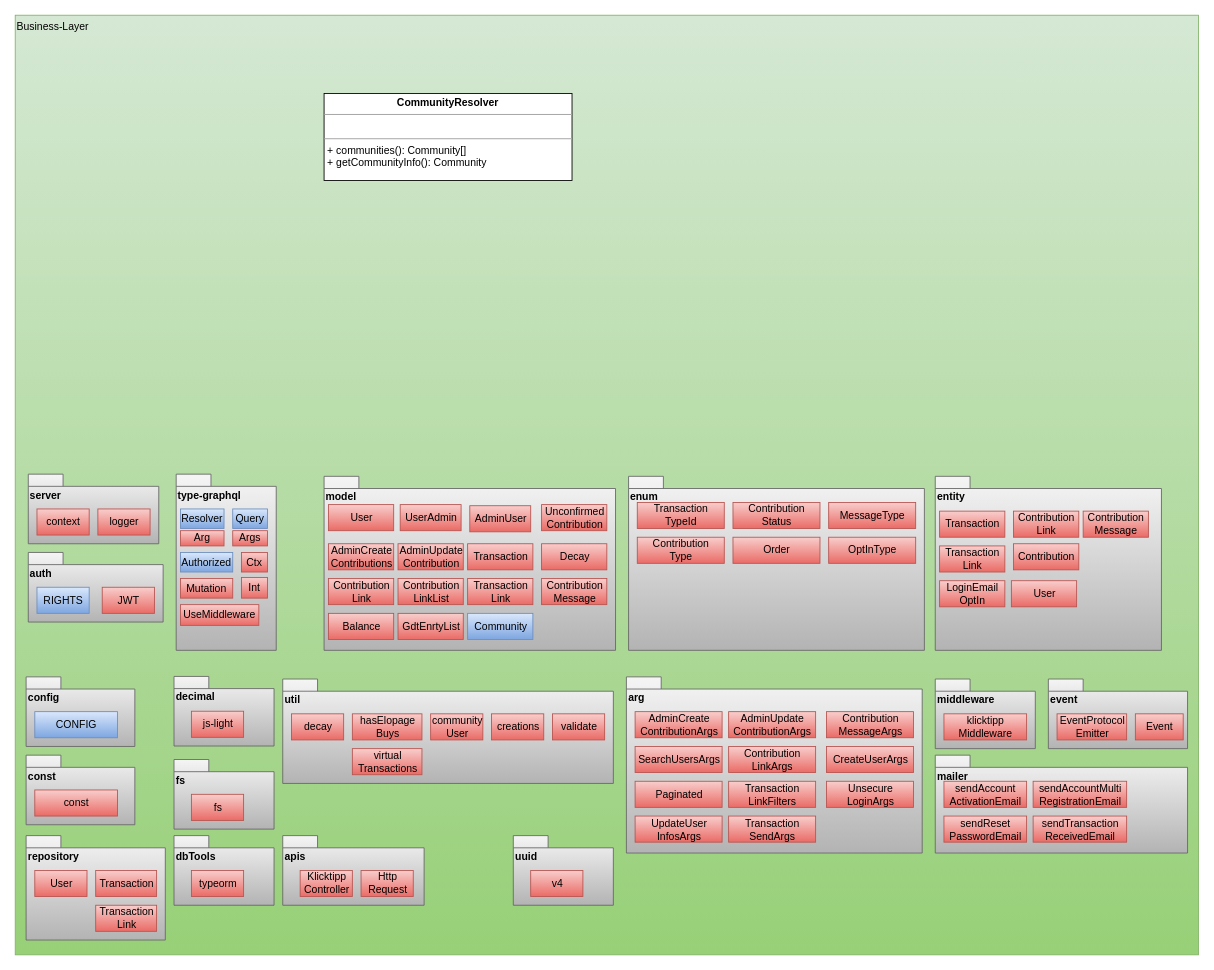
The draw.io diagram docu/Concepts/TechnicalRequirements/graphics/BE-CommunityResolver-IST.drawio in gradido/gradido, before the edit. Source tidied: cells renumbered, new cells numbered last; positions are measured from the earlier drawing's top-left corner, leaving out a move shared by most shapes. Both pictures are drawn from the tidied source at 87%, with x=0, y=0 at pixel (15, 15).
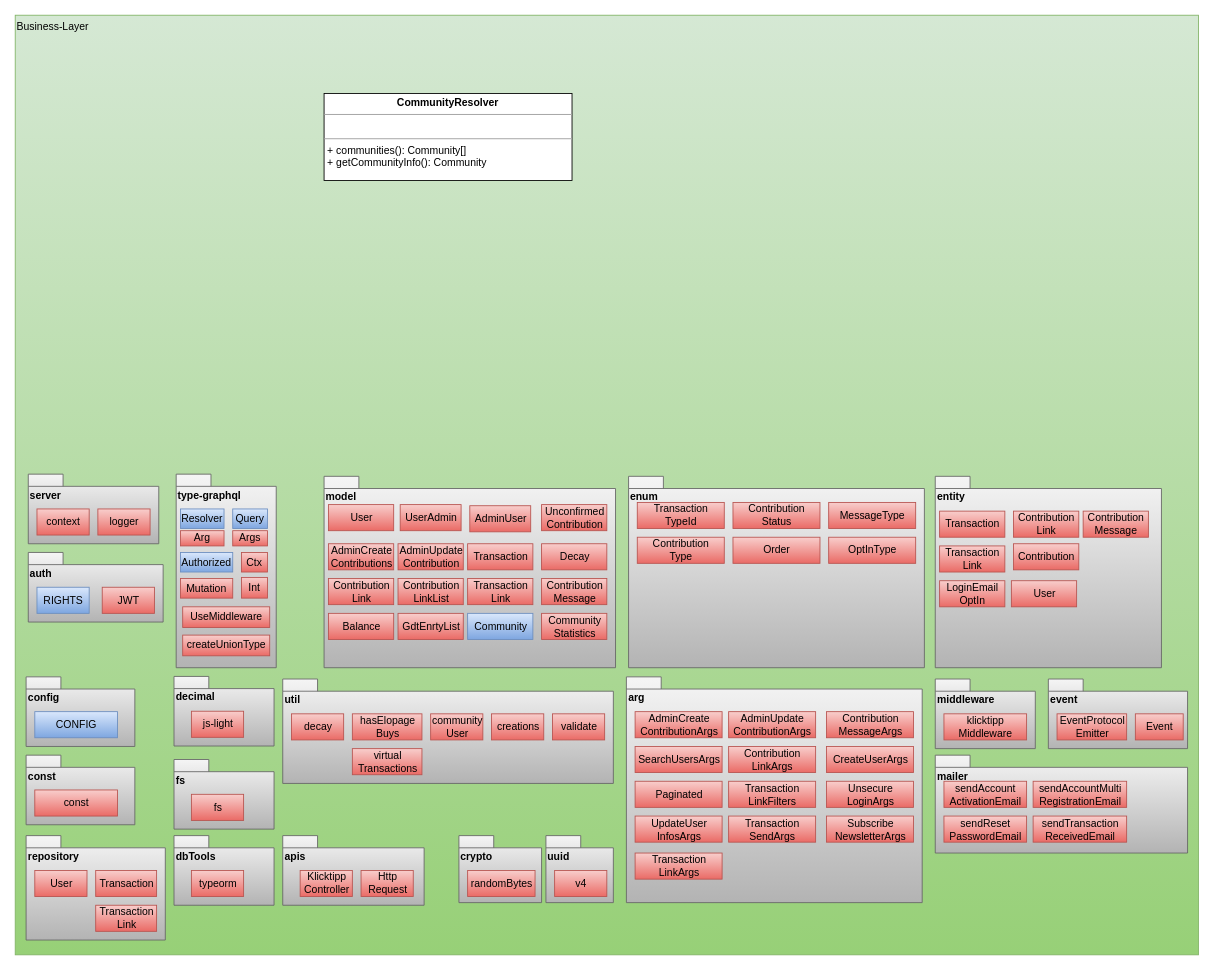
After the change.

The edit, as a diff of the source:
```diff
@@
     <mxCell id="6" value="model" style="shape=folder;fontStyle=1;spacingTop=10;tabWidth=40;tabHeight=14;tabPosition=left;html=1;align=left;verticalAlign=top;fillColor=#f5f5f5;gradientColor=#b3b3b3;strokeColor=#666666;" parent="1" vertex="1">
-      <mxGeometry x="355" y="530" width="335" height="200" as="geometry" />
+      <mxGeometry x="355" y="530" width="335" height="220" as="geometry" />
     </mxCell>
@@
     <mxCell id="11" value="arg" style="shape=folder;fontStyle=1;spacingTop=10;tabWidth=40;tabHeight=14;tabPosition=left;html=1;align=left;verticalAlign=top;fillColor=#f5f5f5;gradientColor=#b3b3b3;strokeColor=#666666;" parent="1" vertex="1">
-      <mxGeometry x="702.5" y="760.5" width="340" height="202.5" as="geometry" />
+      <mxGeometry x="702.5" y="760.5" width="340" height="259.5" as="geometry" />
     </mxCell>
@@
     <mxCell id="16" value="entity" style="shape=folder;fontStyle=1;spacingTop=10;tabWidth=40;tabHeight=14;tabPosition=left;html=1;align=left;verticalAlign=top;fillColor=#f5f5f5;gradientColor=#b3b3b3;strokeColor=#666666;" parent="1" vertex="1">
-      <mxGeometry x="1057.5" y="530" width="260" height="200" as="geometry" />
+      <mxGeometry x="1057.5" y="530" width="260" height="220" as="geometry" />
     </mxCell>
@@
     <mxCell id="24" value="enum" style="shape=folder;fontStyle=1;spacingTop=10;tabWidth=40;tabHeight=14;tabPosition=left;html=1;align=left;verticalAlign=top;fillColor=#f5f5f5;gradientColor=#b3b3b3;strokeColor=#666666;" parent="1" vertex="1">
-      <mxGeometry x="705" y="530" width="340" height="200" as="geometry" />
+      <mxGeometry x="705" y="530" width="340" height="220" as="geometry" />
     </mxCell>
@@
     <mxCell id="40" value="type-graphql" style="shape=folder;fontStyle=1;spacingTop=10;tabWidth=40;tabHeight=14;tabPosition=left;html=1;align=left;verticalAlign=top;fillColor=#f5f5f5;gradientColor=#b3b3b3;strokeColor=#666666;" parent="1" vertex="1">
-      <mxGeometry x="185" y="527.5" width="115" height="202.5" as="geometry" />
+      <mxGeometry x="185" y="527.5" width="115" height="222.5" as="geometry" />
     </mxCell>
@@
-    <mxCell id="45" value="UseMiddleware" style="rounded=0;whiteSpace=wrap;html=1;fillColor=#f8cecc;gradientColor=#ea6b66;strokeColor=#b85450;" parent="1" vertex="1">
-      <mxGeometry x="190" y="677.5" width="90" height="23.8" as="geometry" />
-    </mxCell>
@@
-    <mxCell id="85" value="uuid" style="shape=folder;fontStyle=1;spacingTop=10;tabWidth=40;tabHeight=14;tabPosition=left;html=1;align=left;verticalAlign=top;fillColor=#f5f5f5;gradientColor=#b3b3b3;strokeColor=#666666;" parent="1" vertex="1">
-      <mxGeometry x="572.5" y="943" width="115" height="80" as="geometry" />
-    </mxCell>
-    <mxCell id="86" value="v4" style="html=1;fillColor=#f8cecc;gradientColor=#ea6b66;strokeColor=#b85450;" parent="1" vertex="1">
-      <mxGeometry x="592.5" y="983" width="60" height="30" as="geometry" />
-    </mxCell>
@@
+    <mxCell id="99" value="Subscribe&lt;br&gt;NewsletterArgs" style="html=1;fillColor=#f8cecc;gradientColor=#ea6b66;strokeColor=#b85450;" parent="1" vertex="1">
+      <mxGeometry x="932.5" y="920.5" width="100" height="30" as="geometry" />
+    </mxCell>
+    <mxCell id="100" value="Community&lt;br&gt;Statistics" style="html=1;fillColor=#f8cecc;gradientColor=#ea6b66;strokeColor=#b85450;" parent="1" vertex="1">
+      <mxGeometry x="605" y="687.5" width="75" height="30" as="geometry" />
+    </mxCell>
+    <mxCell id="45" value="UseMiddleware" style="rounded=0;whiteSpace=wrap;html=1;fillColor=#f8cecc;gradientColor=#ea6b66;strokeColor=#b85450;" parent="1" vertex="1">
+      <mxGeometry x="192.5" y="680" width="100" height="23.8" as="geometry" />
+    </mxCell>
+    <mxCell id="101" value="createUnionType" style="rounded=0;whiteSpace=wrap;html=1;fillColor=#f8cecc;gradientColor=#ea6b66;strokeColor=#b85450;" parent="1" vertex="1">
+      <mxGeometry x="192.5" y="712.5" width="100" height="23.8" as="geometry" />
+    </mxCell>
+    <mxCell id="102" value="Transaction&lt;br&gt;LinkArgs" style="html=1;fillColor=#f8cecc;gradientColor=#ea6b66;strokeColor=#b85450;" parent="1" vertex="1">
+      <mxGeometry x="712.5" y="963" width="100" height="30" as="geometry" />
+    </mxCell>
+    <mxCell id="85" value="uuid" style="shape=folder;fontStyle=1;spacingTop=10;tabWidth=40;tabHeight=14;tabPosition=left;html=1;align=left;verticalAlign=top;fillColor=#f5f5f5;gradientColor=#b3b3b3;strokeColor=#666666;" parent="1" vertex="1">
+      <mxGeometry x="610" y="943" width="77.5" height="77" as="geometry" />
+    </mxCell>
+    <mxCell id="86" value="v4" style="html=1;fillColor=#f8cecc;gradientColor=#ea6b66;strokeColor=#b85450;" parent="1" vertex="1">
+      <mxGeometry x="620" y="983" width="60" height="30" as="geometry" />
+    </mxCell>
+    <mxCell id="103" value="crypto" style="shape=folder;fontStyle=1;spacingTop=10;tabWidth=40;tabHeight=14;tabPosition=left;html=1;align=left;verticalAlign=top;fillColor=#f5f5f5;gradientColor=#b3b3b3;strokeColor=#666666;" parent="1" vertex="1">
+      <mxGeometry x="510" y="943" width="95" height="77" as="geometry" />
+    </mxCell>
+    <mxCell id="104" value="randomBytes" style="html=1;fillColor=#f8cecc;gradientColor=#ea6b66;strokeColor=#b85450;" parent="1" vertex="1">
+      <mxGeometry x="520" y="983" width="77.5" height="30" as="geometry" />
+    </mxCell>
```
